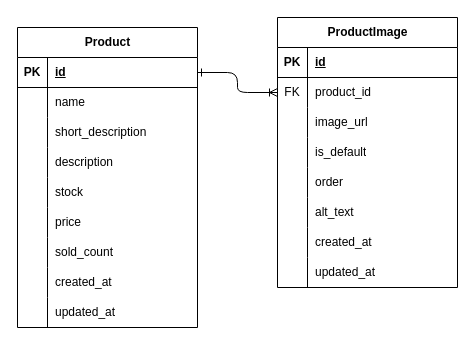
This is page "Ecommerce" (6 of 7) of diagrams/e-commerce-entity-relationship-diagram.drawio from RHILIUS/E-Commerce-Docs, a draw.io file, before an edit. Source tidied: cells renumbered, new cells numbered last; positions are measured from the earlier drawing's top-left corner, leaving out a move shared by most shapes. Both pictures are drawn from the tidied source at 100%, with x=0, y=0 at pixel (17, 17).
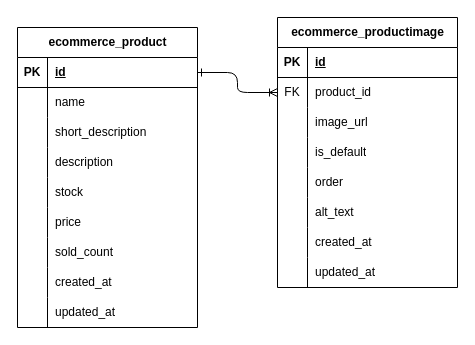
Above is the later version.

Commit message (it also covers changes not shown here):
feat(erd): add joined table for User and Store called StoreManager

What changed in the source:
```diff
@@
-    <mxCell id="2" value="Product" style="shape=table;startSize=30;childLayout=tableLayout;rowLines=0;fontStyle=1;align=center;html=1;" parent="1" vertex="1">
+    <mxCell id="2" value="ecommerce_product" style="shape=table;startSize=30;childLayout=tableLayout;rowLines=0;fontStyle=1;align=center;html=1;" parent="1" vertex="1">
       <mxGeometry y="10" width="180" height="300" as="geometry" />
     </mxCell>
@@
-    <mxCell id="30" value="ProductImage" style="shape=table;startSize=30;childLayout=tableLayout;rowLines=0;fontStyle=1;align=center;html=1;" parent="1" vertex="1">
+    <mxCell id="30" value="ecommerce_productimage" style="shape=table;startSize=30;childLayout=tableLayout;rowLines=0;fontStyle=1;align=center;html=1;" parent="1" vertex="1">
       <mxGeometry x="260" width="180" height="270" as="geometry" />
     </mxCell>
```
